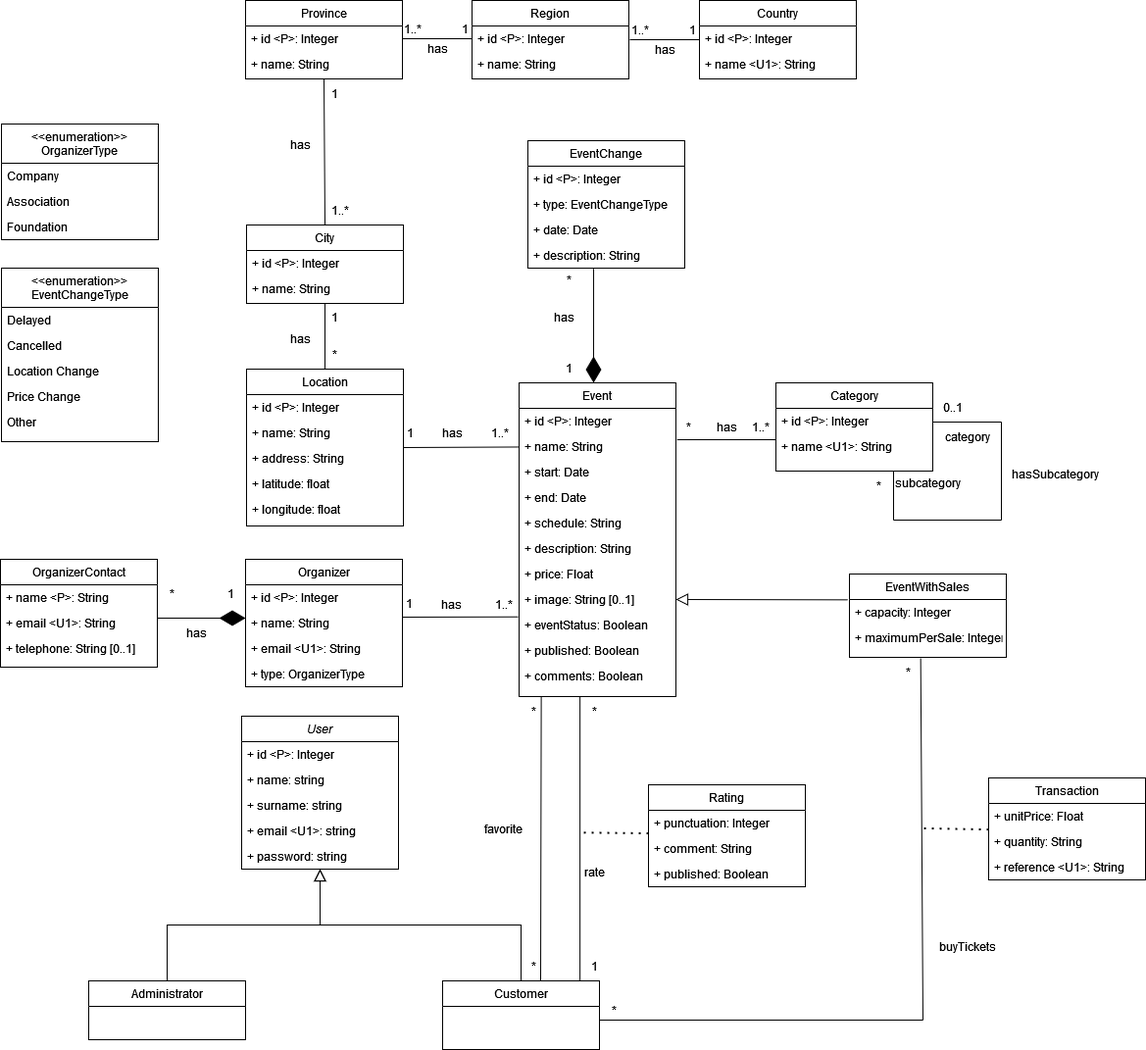
danielpilot/event-database keeps this draw.io diagram as diagrams/conceptual-diagram.drawio.png. Above is the earlier version. Source tidied: cells renumbered, new cells last; positions are measured from the earlier drawing's top-left corner, leaving out a move shared by most shapes.
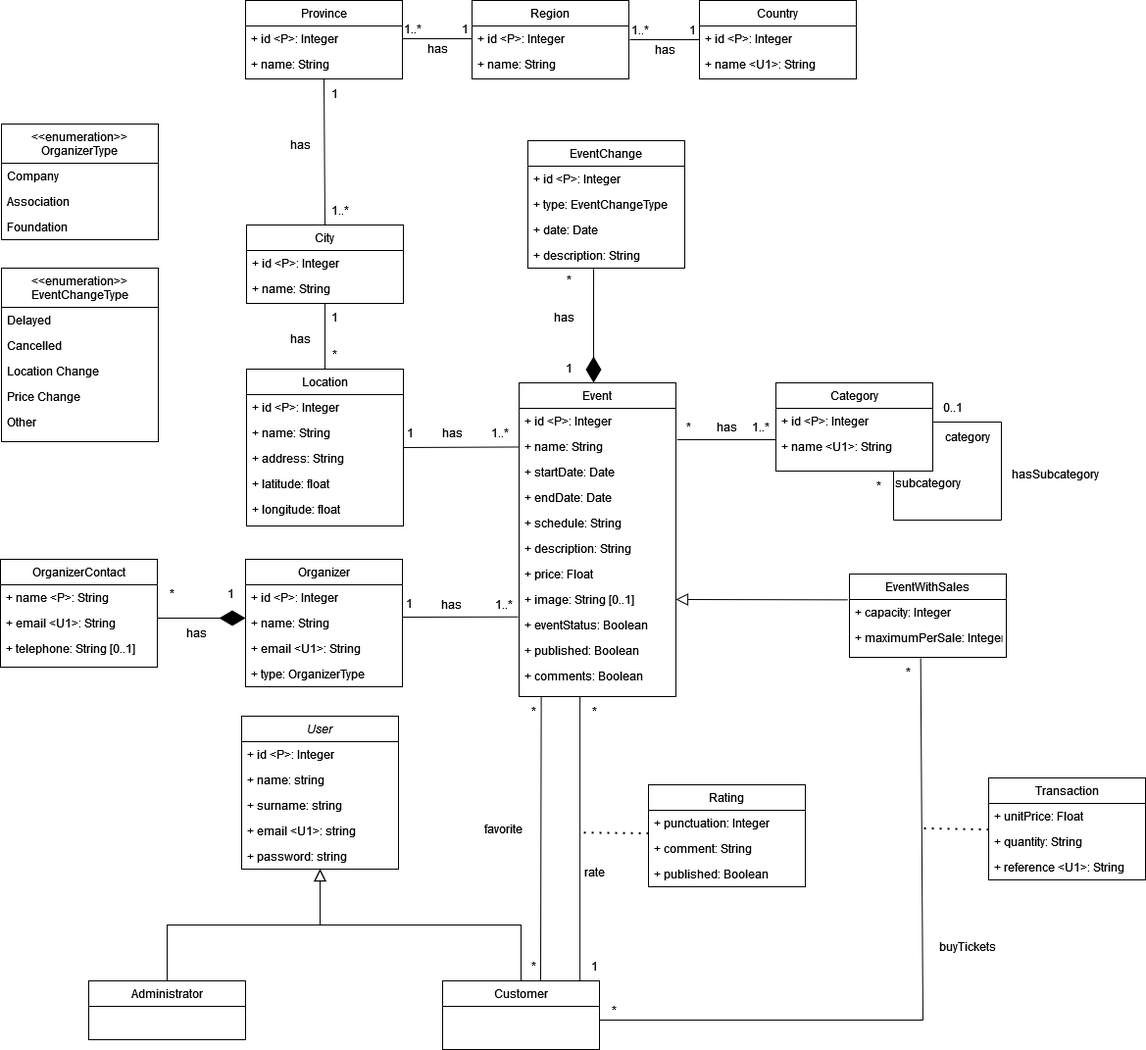
Above is the later version.

Commit message:
Update startDate and endDate

Diff of the diagram source:
```diff
@@ -41,10 +41,10 @@
     <mxCell id="14" value="+ name: String" style="text;align=left;verticalAlign=top;spacingLeft=4;spacingRight=4;overflow=hidden;points=[[0,0.5],[1,0.5]];portConstraint=eastwest;rounded=0;shadow=0;html=0;" parent="12" vertex="1">
       <mxGeometry y="52" width="160" height="26" as="geometry" />
     </mxCell>
-    <mxCell id="15" value="+ start: Date" style="text;align=left;verticalAlign=top;spacingLeft=4;spacingRight=4;overflow=hidden;rounded=0;shadow=0;html=0;" parent="12" vertex="1">
+    <mxCell id="15" value="+ startDate: Date" style="text;align=left;verticalAlign=top;spacingLeft=4;spacingRight=4;overflow=hidden;rounded=0;shadow=0;html=0;" parent="12" vertex="1">
       <mxGeometry y="78" width="160" height="26" as="geometry" />
     </mxCell>
-    <mxCell id="16" value="+ end: Date" style="text;align=left;verticalAlign=top;spacingLeft=4;spacingRight=4;overflow=hidden;rounded=0;shadow=0;html=0;" parent="12" vertex="1">
+    <mxCell id="16" value="+ endDate: Date" style="text;align=left;verticalAlign=top;spacingLeft=4;spacingRight=4;overflow=hidden;rounded=0;shadow=0;html=0;" parent="12" vertex="1">
       <mxGeometry y="104" width="160" height="26" as="geometry" />
     </mxCell>
     <mxCell id="17" value="+ schedule: String" style="text;align=left;verticalAlign=top;spacingLeft=4;spacingRight=4;overflow=hidden;rounded=0;shadow=0;html=0;" parent="12" vertex="1">
```
